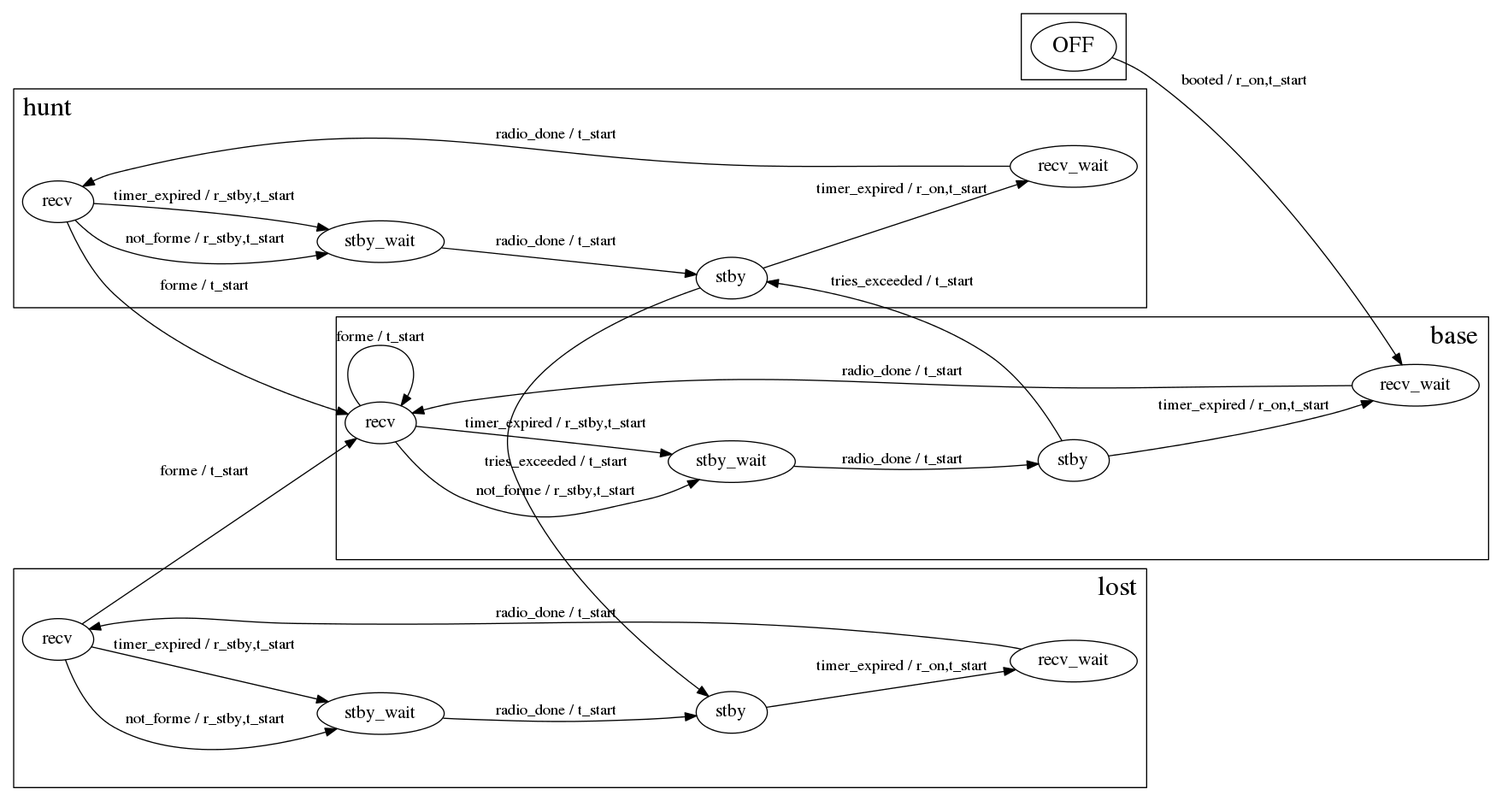
This is apps/tagmon/tagmonograph.png from MamMark/mm, a Graphviz export, as it was before one commit. Its source is kept beside it as apps/tagmon/tagmonograph.dot.
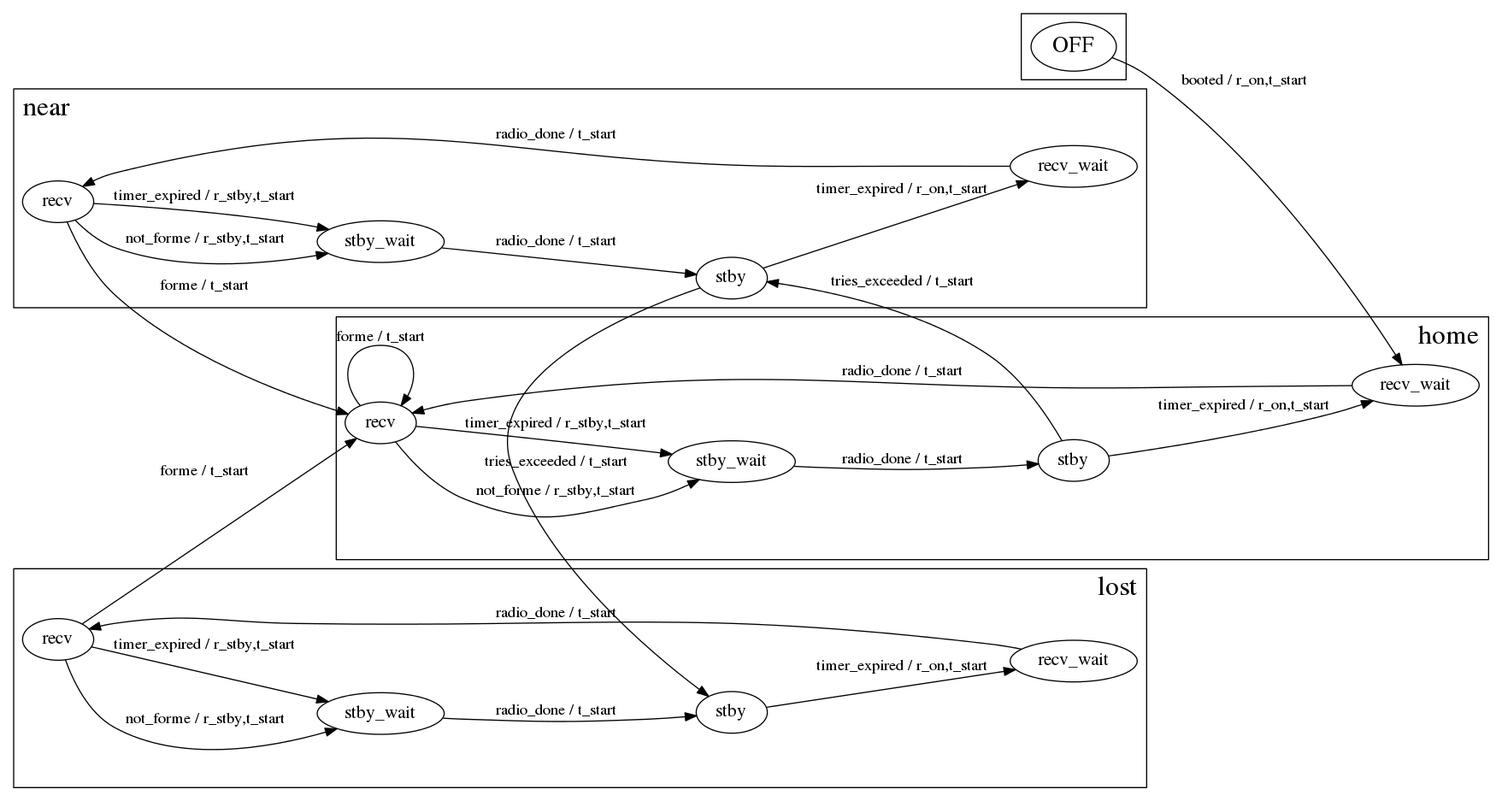
The same file after the commit.

Commit message:
tagnet/monitor: update state diagram to match changed state names.

o Base -> Home
o Hunt -> Near
o Lost -> Lost

Change to the diagram source:
```diff
@@ -8,14 +8,14 @@
 off [fontsize=20, label=OFF];
 }
 
-subgraph cluster_Hunt {
+subgraph cluster_Near {
 fontsize=24;
-label=hunt;
+label=near;
 labeljust=l;
-hunt_recv [fontsize=16, label=recv];
-hunt_stby [fontsize=16, label=stby];
-hunt_recv_wait [fontsize=16, label=recv_wait];
-hunt_stby_wait [fontsize=16, label=stby_wait];
+near_recv [fontsize=16, label=recv];
+near_stby [fontsize=16, label=stby];
+near_recv_wait [fontsize=16, label=recv_wait];
+near_stby_wait [fontsize=16, label=stby_wait];
 }
 
 subgraph cluster_Lost {
@@ -28,35 +28,35 @@
 lost_stby_wait [fontsize=16, label=stby_wait];
 }
 
-subgraph cluster_Base {
+subgraph cluster_Home {
 fontsize=24;
-label=base;
+label=home;
 labeljust=r;
-base_recv [fontsize=16, label=recv];
-base_stby [fontsize=16, label=stby];
-base_recv_wait [fontsize=16, label=recv_wait];
-base_stby_wait [fontsize=16, label=stby_wait];
+home_recv [fontsize=16, label=recv];
+home_stby [fontsize=16, label=stby];
+home_recv_wait [fontsize=16, label=recv_wait];
+home_stby_wait [fontsize=16, label=stby_wait];
 }
 
-off -> base_recv_wait  [label="booted / r_on,t_start"];
-base_recv -> base_stby_wait  [label="not_forme / r_stby,t_start"];
-base_recv -> base_stby_wait  [label="timer_expired / r_stby,t_start"];
-base_stby -> base_recv_wait  [label="timer_expired / r_on,t_start"];
-base_recv -> base_recv  [label="forme / t_start"];
-base_stby -> hunt_stby  [label="tries_exceeded / t_start"];
-base_recv_wait -> base_recv  [label="radio_done / t_start"];
-base_stby_wait -> base_stby  [label="radio_done / t_start"];
-hunt_recv -> hunt_stby_wait  [label="not_forme / r_stby,t_start"];
-hunt_recv -> hunt_stby_wait  [label="timer_expired / r_stby,t_start"];
-hunt_stby -> hunt_recv_wait  [label="timer_expired / r_on,t_start"];
-hunt_recv -> base_recv  [label="forme / t_start"];
-hunt_stby -> lost_stby  [label="tries_exceeded / t_start"];
-hunt_recv_wait -> hunt_recv  [label="radio_done / t_start"];
-hunt_stby_wait -> hunt_stby  [label="radio_done / t_start"];
+off -> home_recv_wait  [label="booted / r_on,t_start"];
+home_recv -> home_stby_wait  [label="not_forme / r_stby,t_start"];
+home_recv -> home_stby_wait  [label="timer_expired / r_stby,t_start"];
+home_stby -> home_recv_wait  [label="timer_expired / r_on,t_start"];
+home_recv -> home_recv  [label="forme / t_start"];
+home_stby -> near_stby  [label="tries_exceeded / t_start"];
+home_recv_wait -> home_recv  [label="radio_done / t_start"];
+home_stby_wait -> home_stby  [label="radio_done / t_start"];
+near_recv -> near_stby_wait  [label="not_forme / r_stby,t_start"];
+near_recv -> near_stby_wait  [label="timer_expired / r_stby,t_start"];
+near_stby -> near_recv_wait  [label="timer_expired / r_on,t_start"];
+near_recv -> home_recv  [label="forme / t_start"];
+near_stby -> lost_stby  [label="tries_exceeded / t_start"];
+near_recv_wait -> near_recv  [label="radio_done / t_start"];
+near_stby_wait -> near_stby  [label="radio_done / t_start"];
 lost_recv -> lost_stby_wait  [label="not_forme / r_stby,t_start"];
 lost_recv -> lost_stby_wait  [label="timer_expired / r_stby,t_start"];
 lost_stby -> lost_recv_wait  [label="timer_expired / r_on,t_start"];
-lost_recv -> base_recv  [label="forme / t_start"];
+lost_recv -> home_recv  [label="forme / t_start"];
 lost_recv_wait -> lost_recv  [label="radio_done / t_start"];
 lost_stby_wait -> lost_stby  [label="radio_done / t_start"];
 }
```
